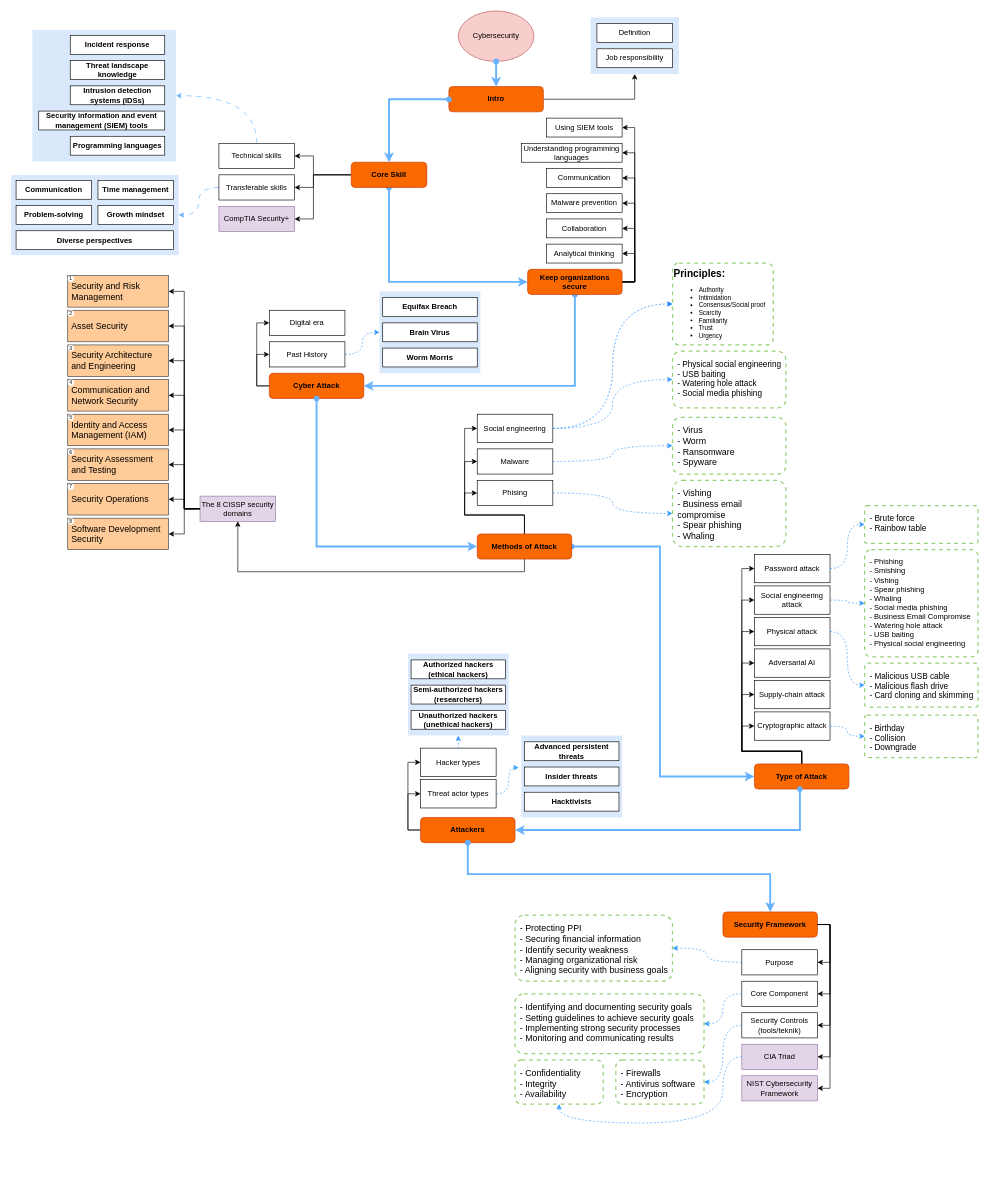
Earlier version of the draw.io diagram mind-map.drawio (yogiprsetya/Google-Cybersecurity-x-Coursera). Source tidied: cells renumbered, new cells numbered last; positions are measured from the earlier drawing's top-left corner, leaving out a move shared by most shapes. Both pictures are drawn from the tidied source at 63%, with x=0, y=0 at pixel (11, 11).
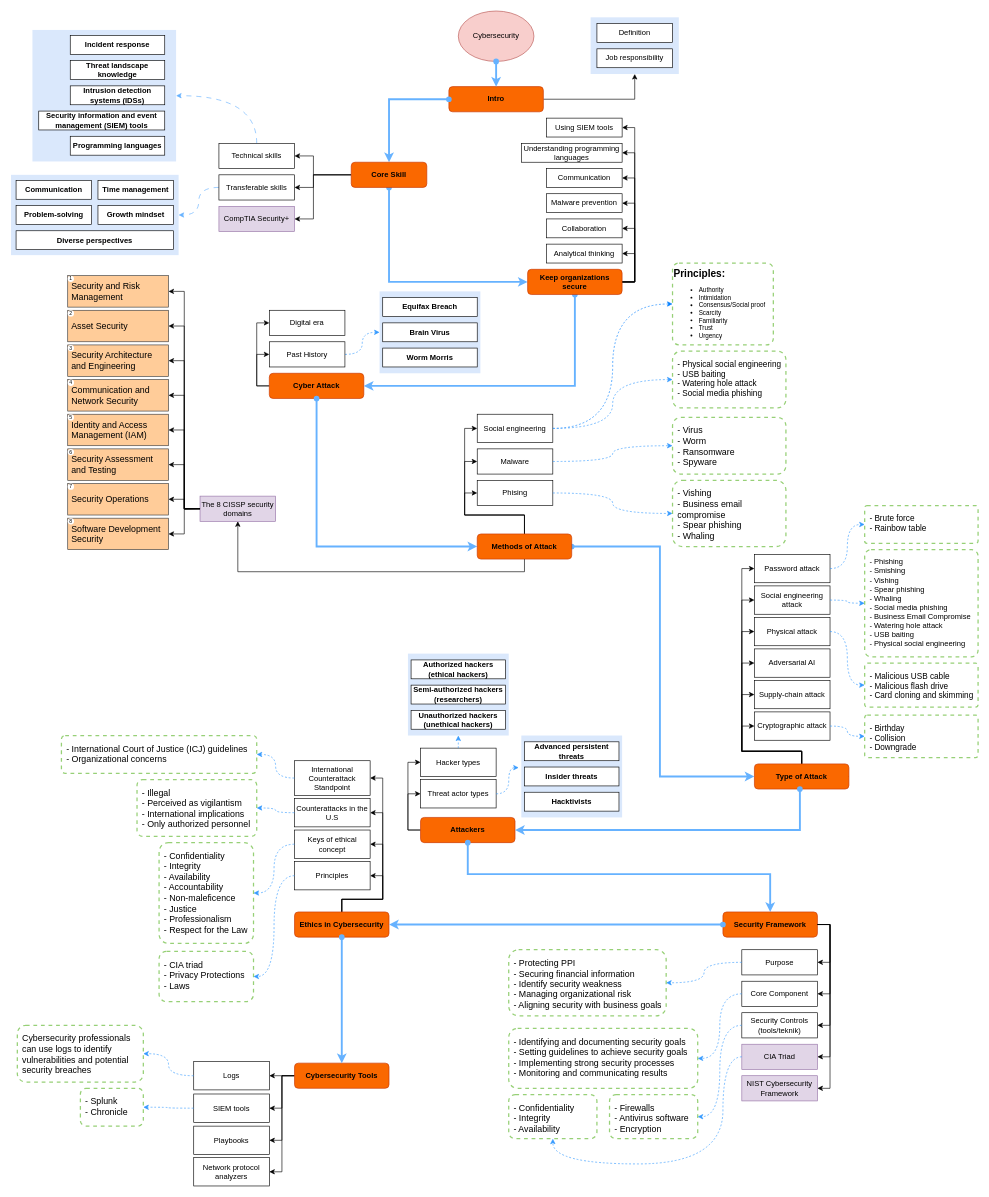
Above is the later version.

The change refers to these unchanged cells:
```xml
<mxCell id="130" style="group;" parent="127" vertex="1">
  <mxGeometry width="480" height="335" as="geometry" />
</mxCell>
<mxCell id="141" value="CIA Triad" style="rounded=0;whiteSpace=wrap;html=1;fillColor=#e1d5e7;strokeColor=#9673a6;" parent="130" vertex="1">
  <mxGeometry x="360" y="210" width="120" height="40" as="geometry" />
</mxCell>
```

The edit, as a diff of the source:
```diff
@@
     <mxCell id="133" value="&lt;div style=&quot;font-size: 14px;&quot;&gt;- Protecting PPI&lt;/div&gt;&lt;div style=&quot;font-size: 14px;&quot;&gt;- Securing financial information&lt;/div&gt;&lt;div style=&quot;font-size: 14px;&quot;&gt;- Identify security weakness&lt;/div&gt;&lt;div style=&quot;font-size: 14px;&quot;&gt;- Managing organizational risk&lt;/div&gt;&lt;div style=&quot;font-size: 14px;&quot;&gt;- Aligning security with business goals&lt;br&gt;&lt;/div&gt;" style="text;html=1;whiteSpace=wrap;overflow=hidden;rounded=1;strokeColor=#97D077;dashed=1;fillColor=none;strokeWidth=2;labelPadding=12;spacingTop=0;spacing=8;fontSize=14;" parent="130" vertex="1">
-      <mxGeometry y="5" width="249.9" height="105" as="geometry" />
+      <mxGeometry x="-10" y="60" width="249.9" height="105" as="geometry" />
     </mxCell>
@@
     <mxCell id="136" value="&lt;div style=&quot;font-size: 14px;&quot;&gt;- Identifying and documenting security goals&lt;/div&gt;&lt;div style=&quot;font-size: 14px;&quot;&gt;- Setting guidelines to achieve security goals&lt;/div&gt;&lt;div style=&quot;font-size: 14px;&quot;&gt;- Implementing strong security processes&lt;/div&gt;&lt;div style=&quot;font-size: 14px;&quot;&gt;- Monitoring and communicating results&lt;/div&gt;" style="text;html=1;whiteSpace=wrap;overflow=hidden;rounded=1;strokeColor=#97D077;dashed=1;fillColor=none;strokeWidth=2;labelPadding=12;spacingTop=0;spacing=8;fontSize=14;fontStyle=0;" parent="130" vertex="1">
-      <mxGeometry y="130" width="300" height="95" as="geometry" />
+      <mxGeometry x="-10" y="185" width="300" height="95" as="geometry" />
     </mxCell>
@@
     <mxCell id="139" value="&lt;div style=&quot;font-size: 14px;&quot;&gt;- Firewalls&lt;/div&gt;&lt;div style=&quot;font-size: 14px;&quot;&gt;- Antivirus software&lt;/div&gt;&lt;div style=&quot;font-size: 14px;&quot;&gt;- Encryption&lt;/div&gt;" style="text;html=1;whiteSpace=wrap;overflow=hidden;rounded=1;strokeColor=#97D077;dashed=1;fillColor=none;strokeWidth=2;labelPadding=12;spacingTop=0;spacing=8;fontSize=14;fontStyle=0;" parent="130" vertex="1">
-      <mxGeometry x="160" y="235" width="140" height="70" as="geometry" />
+      <mxGeometry x="150" y="290" width="140" height="70" as="geometry" />
     </mxCell>
@@
     <mxCell id="142" value="&lt;div style=&quot;font-size: 14px;&quot;&gt;- Confidentiality&lt;/div&gt;&lt;div style=&quot;font-size: 14px;&quot;&gt;- Integrity&lt;/div&gt;&lt;div style=&quot;font-size: 14px;&quot;&gt;- Availability&lt;/div&gt;" style="text;html=1;whiteSpace=wrap;overflow=hidden;rounded=1;strokeColor=#97D077;dashed=1;fillColor=none;strokeWidth=2;labelPadding=12;spacingTop=0;spacing=8;fontSize=14;fontStyle=0;" parent="130" vertex="1">
-      <mxGeometry y="235" width="140" height="70" as="geometry" />
+      <mxGeometry x="-10" y="290" width="140" height="70" as="geometry" />
     </mxCell>
     <mxCell id="143" style="rounded=0;jettySize=auto;html=1;exitX=0;exitY=0.5;exitDx=0;exitDy=0;entryX=0.5;entryY=1;entryDx=0;entryDy=0;dashed=1;strokeColor=#3399FF;edgeStyle=orthogonalEdgeStyle;curved=1;" parent="130" edge="1" source="141" target="142">
       <mxGeometry relative="1" as="geometry">
         <Array as="points">
           <mxPoint x="330" y="230" />
-          <mxPoint x="330" y="335" />
-          <mxPoint x="70" y="335" />
+          <mxPoint x="330" y="400" />
+          <mxPoint x="60" y="400" />
         </Array>
       </mxGeometry>
     </mxCell>
@@
+    <mxCell id="183" style="edgeStyle=orthogonalEdgeStyle;rounded=0;jettySize=auto;html=1;exitX=0.5;exitY=0;exitDx=0;exitDy=0;entryX=1;entryY=0.5;entryDx=0;entryDy=0;" parent="1" edge="1" source="187" target="189">
+      <mxGeometry relative="1" as="geometry" />
+    </mxCell>
+    <mxCell id="184" style="edgeStyle=orthogonalEdgeStyle;rounded=0;jettySize=auto;html=1;exitX=0.5;exitY=0;exitDx=0;exitDy=0;entryX=1;entryY=0.5;entryDx=0;entryDy=0;" parent="1" edge="1" source="187" target="192">
+      <mxGeometry relative="1" as="geometry">
+        <Array as="points">
+          <mxPoint x="525" y="1410" />
+          <mxPoint x="590" y="1410" />
+          <mxPoint x="590" y="1322" />
+          <mxPoint x="570" y="1322" />
+        </Array>
+      </mxGeometry>
+    </mxCell>
+    <mxCell id="185" style="edgeStyle=orthogonalEdgeStyle;rounded=0;jettySize=auto;html=1;exitX=0.5;exitY=0;exitDx=0;exitDy=0;entryX=1;entryY=0.5;entryDx=0;entryDy=0;" parent="1" edge="1" source="187" target="195">
+      <mxGeometry relative="1" as="geometry">
+        <Array as="points">
+          <mxPoint x="525" y="1410" />
+          <mxPoint x="590" y="1410" />
+          <mxPoint x="590" y="1273" />
+        </Array>
+      </mxGeometry>
+    </mxCell>
+    <mxCell id="186" style="edgeStyle=orthogonalEdgeStyle;rounded=0;jettySize=auto;html=1;exitX=0.5;exitY=0;exitDx=0;exitDy=0;entryX=1;entryY=0.5;entryDx=0;entryDy=0;" parent="1" edge="1" source="187" target="198">
+      <mxGeometry relative="1" as="geometry">
+        <Array as="points">
+          <mxPoint x="525" y="1410" />
+          <mxPoint x="590" y="1410" />
+          <mxPoint x="590" y="1217" />
+        </Array>
+      </mxGeometry>
+    </mxCell>
+    <mxCell id="187" value="Ethics in Cybersecurity" style="rounded=1;whiteSpace=wrap;html=1;fontStyle=1;fillColor=#fa6800;fontColor=#000000;strokeColor=#C73500;" parent="1" vertex="1">
+      <mxGeometry x="450" y="1430" width="150" height="40" as="geometry" />
+    </mxCell>
+    <mxCell id="188" style="edgeStyle=orthogonalEdgeStyle;rounded=0;jettySize=auto;html=1;strokeWidth=3;strokeColor=#66B2FF;startArrow=oval;startFill=1;entryX=1;entryY=0.5;entryDx=0;entryDy=0;" parent="1" edge="1" target="187">
+      <mxGeometry relative="1" as="geometry">
+        <mxPoint x="1130" y="1450" as="sourcePoint" />
+        <Array as="points">
+          <mxPoint x="890" y="1450" />
+          <mxPoint x="890" y="1450" />
+        </Array>
+      </mxGeometry>
+    </mxCell>
+    <mxCell id="189" value="Principles" style="rounded=0;whiteSpace=wrap;html=1;" parent="1" vertex="1">
+      <mxGeometry x="450" y="1350" width="120" height="45" as="geometry" />
+    </mxCell>
+    <mxCell id="190" value="&lt;div style=&quot;font-size: 14px;&quot;&gt;- CIA triad&lt;br&gt;&lt;/div&gt;&lt;div&gt;- Privacy Protections&lt;br&gt;&lt;/div&gt;&lt;div&gt;- Laws&lt;/div&gt;" style="text;html=1;whiteSpace=wrap;overflow=hidden;rounded=1;strokeColor=#97D077;dashed=1;fillColor=none;strokeWidth=2;labelPadding=12;spacingTop=0;spacing=8;fontSize=14;" parent="1" vertex="1">
+      <mxGeometry x="235" y="1492.5" width="149.9" height="80" as="geometry" />
+    </mxCell>
+    <mxCell id="191" style="edgeStyle=orthogonalEdgeStyle;rounded=0;jettySize=auto;html=1;entryX=1;entryY=0.5;entryDx=0;entryDy=0;curved=1;dashed=1;strokeColor=#3399FF;exitX=0;exitY=0.5;exitDx=0;exitDy=0;" parent="1" edge="1" source="189" target="190">
+      <mxGeometry relative="1" as="geometry" />
+    </mxCell>
+    <mxCell id="192" value="Keys of ethical concept" style="rounded=0;whiteSpace=wrap;html=1;" parent="1" vertex="1">
+      <mxGeometry x="450" y="1300" width="120" height="45" as="geometry" />
+    </mxCell>
+    <mxCell id="193" value="&lt;div style=&quot;font-size: 14px;&quot;&gt;- Confidentiality&lt;/div&gt;&lt;div&gt;- Integrity&lt;br&gt;&lt;/div&gt;&lt;div&gt;- Availability&lt;/div&gt;&lt;div&gt;- Accountability&lt;/div&gt;&lt;div&gt;- Non-maleficence&lt;/div&gt;&lt;div&gt;- Justice&lt;/div&gt;&lt;div&gt;- Professionalism&lt;/div&gt;&lt;div&gt;- Respect for the Law&lt;br&gt;&lt;/div&gt;" style="text;html=1;whiteSpace=wrap;overflow=hidden;rounded=1;strokeColor=#97D077;dashed=1;fillColor=none;strokeWidth=2;labelPadding=12;spacingTop=0;spacing=8;fontSize=14;arcSize=10;" parent="1" vertex="1">
+      <mxGeometry x="235" y="1320" width="149.9" height="160" as="geometry" />
+    </mxCell>
+    <mxCell id="194" style="edgeStyle=orthogonalEdgeStyle;rounded=0;jettySize=auto;html=1;entryX=1;entryY=0.5;entryDx=0;entryDy=0;curved=1;dashed=1;strokeColor=#3399FF;exitX=0;exitY=0.5;exitDx=0;exitDy=0;" parent="1" edge="1" source="192" target="193">
+      <mxGeometry relative="1" as="geometry" />
+    </mxCell>
+    <mxCell id="195" value="Counterattacks in the U.S" style="rounded=0;whiteSpace=wrap;html=1;" parent="1" vertex="1">
+      <mxGeometry x="450" y="1250" width="120" height="45" as="geometry" />
+    </mxCell>
+    <mxCell id="196" value="&lt;div style=&quot;font-size: 14px;&quot;&gt;- Illegal&lt;/div&gt;&lt;div style=&quot;font-size: 14px;&quot;&gt;- Perceived as vigilantism&lt;/div&gt;&lt;div style=&quot;font-size: 14px;&quot;&gt;- International implications&lt;/div&gt;&lt;div style=&quot;font-size: 14px;&quot;&gt;- Only authorized personnel&lt;/div&gt;" style="text;html=1;whiteSpace=wrap;overflow=hidden;rounded=1;strokeColor=#97D077;dashed=1;fillColor=none;strokeWidth=2;labelPadding=12;spacingTop=0;spacing=8;fontSize=14;arcSize=10;" parent="1" vertex="1">
+      <mxGeometry x="200" y="1220" width="190" height="90" as="geometry" />
+    </mxCell>
+    <mxCell id="197" style="edgeStyle=orthogonalEdgeStyle;rounded=0;jettySize=auto;html=1;entryX=1;entryY=0.5;entryDx=0;entryDy=0;curved=1;dashed=1;strokeColor=#3399FF;exitX=0;exitY=0.5;exitDx=0;exitDy=0;" parent="1" edge="1" source="195" target="196">
+      <mxGeometry relative="1" as="geometry" />
+    </mxCell>
+    <mxCell id="198" value="International Counterattack Standpoint" style="rounded=0;whiteSpace=wrap;html=1;" parent="1" vertex="1">
+      <mxGeometry x="450" y="1190" width="120" height="55" as="geometry" />
+    </mxCell>
+    <mxCell id="199" value="&lt;div style=&quot;font-size: 14px;&quot;&gt;- International Court of Justice (ICJ) guidelines&lt;/div&gt;&lt;div style=&quot;font-size: 14px;&quot;&gt;- Organizational concerns&lt;/div&gt;" style="text;html=1;whiteSpace=wrap;overflow=hidden;rounded=1;strokeColor=#97D077;dashed=1;fillColor=none;strokeWidth=2;labelPadding=12;spacingTop=0;spacing=8;fontSize=14;arcSize=10;" parent="1" vertex="1">
+      <mxGeometry x="80" y="1150" width="310" height="60" as="geometry" />
+    </mxCell>
+    <mxCell id="200" style="edgeStyle=orthogonalEdgeStyle;rounded=0;jettySize=auto;html=1;entryX=1;entryY=0.5;entryDx=0;entryDy=0;curved=1;dashed=1;strokeColor=#3399FF;exitX=0;exitY=0.5;exitDx=0;exitDy=0;" parent="1" edge="1" source="198" target="199">
+      <mxGeometry relative="1" as="geometry" />
+    </mxCell>
+    <mxCell id="201" style="edgeStyle=orthogonalEdgeStyle;rounded=0;jettySize=auto;html=1;exitX=0;exitY=0.5;exitDx=0;exitDy=0;" parent="1" edge="1" source="205" target="208">
+      <mxGeometry relative="1" as="geometry" />
+    </mxCell>
+    <mxCell id="202" style="edgeStyle=orthogonalEdgeStyle;rounded=0;jettySize=auto;html=1;exitX=0;exitY=0.5;exitDx=0;exitDy=0;entryX=1;entryY=0.5;entryDx=0;entryDy=0;" parent="1" edge="1" source="205" target="209">
+      <mxGeometry relative="1" as="geometry" />
+    </mxCell>
+    <mxCell id="203" style="edgeStyle=orthogonalEdgeStyle;rounded=0;jettySize=auto;html=1;exitX=0;exitY=0.5;exitDx=0;exitDy=0;entryX=1;entryY=0.5;entryDx=0;entryDy=0;" parent="1" edge="1" source="205" target="210">
+      <mxGeometry relative="1" as="geometry" />
+    </mxCell>
+    <mxCell id="204" style="edgeStyle=orthogonalEdgeStyle;rounded=0;jettySize=auto;html=1;exitX=0;exitY=0.5;exitDx=0;exitDy=0;entryX=1;entryY=0.5;entryDx=0;entryDy=0;" parent="1" edge="1" source="205" target="211">
+      <mxGeometry relative="1" as="geometry" />
+    </mxCell>
+    <mxCell id="205" value="Cybersecurity Tools" style="rounded=1;whiteSpace=wrap;html=1;fontStyle=1;fillColor=#fa6800;fontColor=#000000;strokeColor=#C73500;" parent="1" vertex="1">
+      <mxGeometry x="450" y="1670" width="150" height="40" as="geometry" />
+    </mxCell>
+    <mxCell id="206" style="edgeStyle=orthogonalEdgeStyle;rounded=0;jettySize=auto;html=1;strokeWidth=3;strokeColor=#66B2FF;startArrow=oval;startFill=1;entryX=0.5;entryY=0;entryDx=0;entryDy=0;exitX=0.5;exitY=1;exitDx=0;exitDy=0;" parent="1" edge="1" source="187" target="205">
+      <mxGeometry relative="1" as="geometry" />
+    </mxCell>
+    <mxCell id="207" style="group;" parent="1" vertex="1">
+      <mxGeometry x="290" y="1667.5" width="120" height="197.5" as="geometry" />
+    </mxCell>
+    <mxCell id="208" value="Logs" style="rounded=0;whiteSpace=wrap;html=1;" parent="207" vertex="1">
+      <mxGeometry width="120" height="45" as="geometry" />
+    </mxCell>
+    <mxCell id="209" value="SIEM tools" style="rounded=0;whiteSpace=wrap;html=1;" parent="207" vertex="1">
+      <mxGeometry y="51.5" width="120" height="45" as="geometry" />
+    </mxCell>
+    <mxCell id="210" value="Playbooks" style="rounded=0;whiteSpace=wrap;html=1;" parent="207" vertex="1">
+      <mxGeometry y="102.5" width="120" height="45" as="geometry" />
+    </mxCell>
+    <mxCell id="211" value="Network protocol analyzers" style="rounded=0;whiteSpace=wrap;html=1;" parent="207" vertex="1">
+      <mxGeometry y="152.5" width="120" height="45" as="geometry" />
+    </mxCell>
+    <mxCell id="212" value="&lt;div style=&quot;font-size: 14px;&quot;&gt;- Splunk&lt;br&gt;&lt;/div&gt;&lt;div&gt;- Chronicle&lt;/div&gt;" style="text;html=1;whiteSpace=wrap;overflow=hidden;rounded=1;strokeColor=#97D077;dashed=1;fillColor=none;strokeWidth=2;labelPadding=12;spacingTop=0;spacing=8;fontSize=14;" parent="1" vertex="1">
+      <mxGeometry x="110.1" y="1710" width="99.9" height="60" as="geometry" />
+    </mxCell>
+    <mxCell id="213" style="edgeStyle=orthogonalEdgeStyle;rounded=0;jettySize=auto;html=1;entryX=1;entryY=0.5;entryDx=0;entryDy=0;curved=1;dashed=1;strokeColor=#3399FF;exitX=0;exitY=0.5;exitDx=0;exitDy=0;" parent="1" edge="1" source="209" target="212">
+      <mxGeometry relative="1" as="geometry" />
+    </mxCell>
+    <mxCell id="214" value="Cybersecurity professionals can use logs to identify vulnerabilities and potential security breaches" style="text;html=1;whiteSpace=wrap;overflow=hidden;rounded=1;strokeColor=#97D077;dashed=1;fillColor=none;strokeWidth=2;labelPadding=12;spacingTop=0;spacing=8;fontSize=14;" parent="1" vertex="1">
+      <mxGeometry x="10" y="1610" width="200" height="90" as="geometry" />
+    </mxCell>
+    <mxCell id="215" style="edgeStyle=orthogonalEdgeStyle;rounded=0;jettySize=auto;html=1;entryX=1;entryY=0.5;entryDx=0;entryDy=0;curved=1;dashed=1;strokeColor=#3399FF;exitX=0;exitY=0.5;exitDx=0;exitDy=0;" parent="1" edge="1" source="208" target="214">
+      <mxGeometry relative="1" as="geometry" />
+    </mxCell>
```
